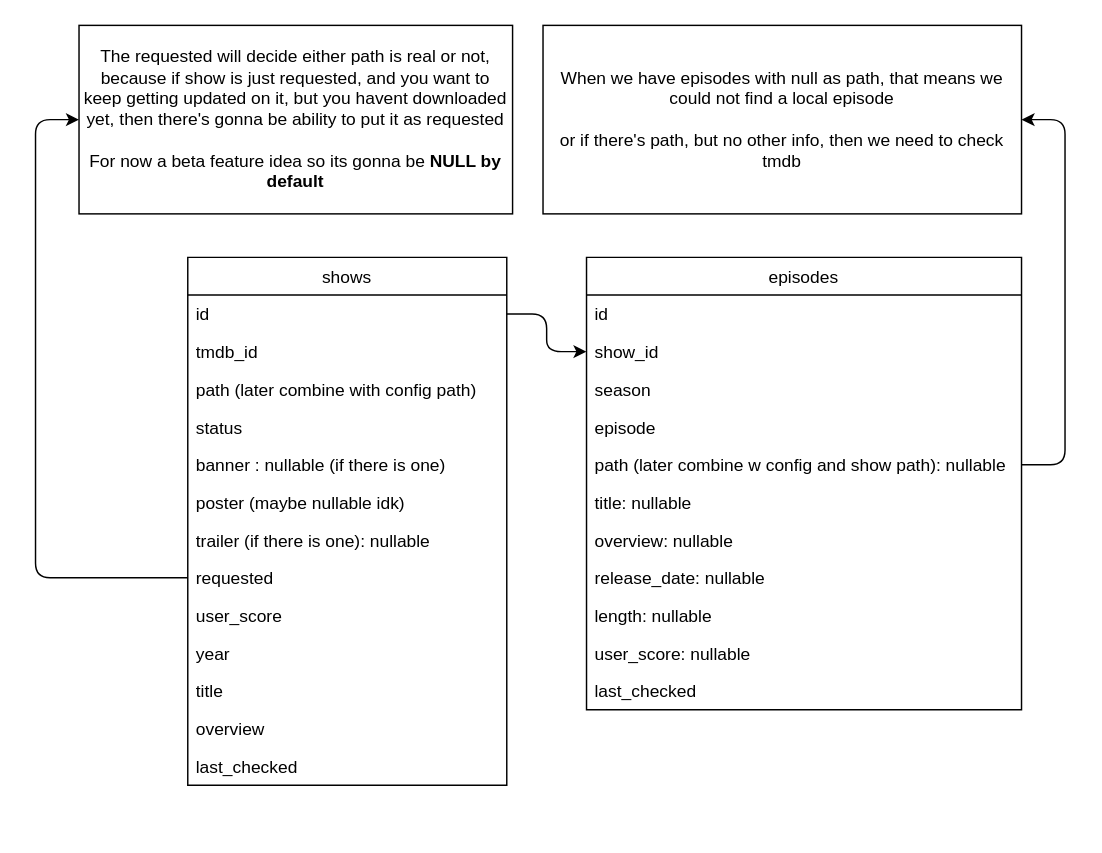
The draw.io diagram database/db.drawio in Skrazzo/tmdb-tv-checker, before the edit. Source tidied: cells renumbered, new cells numbered last; positions are measured from the earlier drawing's top-left corner, leaving out a move shared by most shapes. Both pictures are drawn from the tidied source at 145%, with x=0, y=0 at pixel (35, 25).
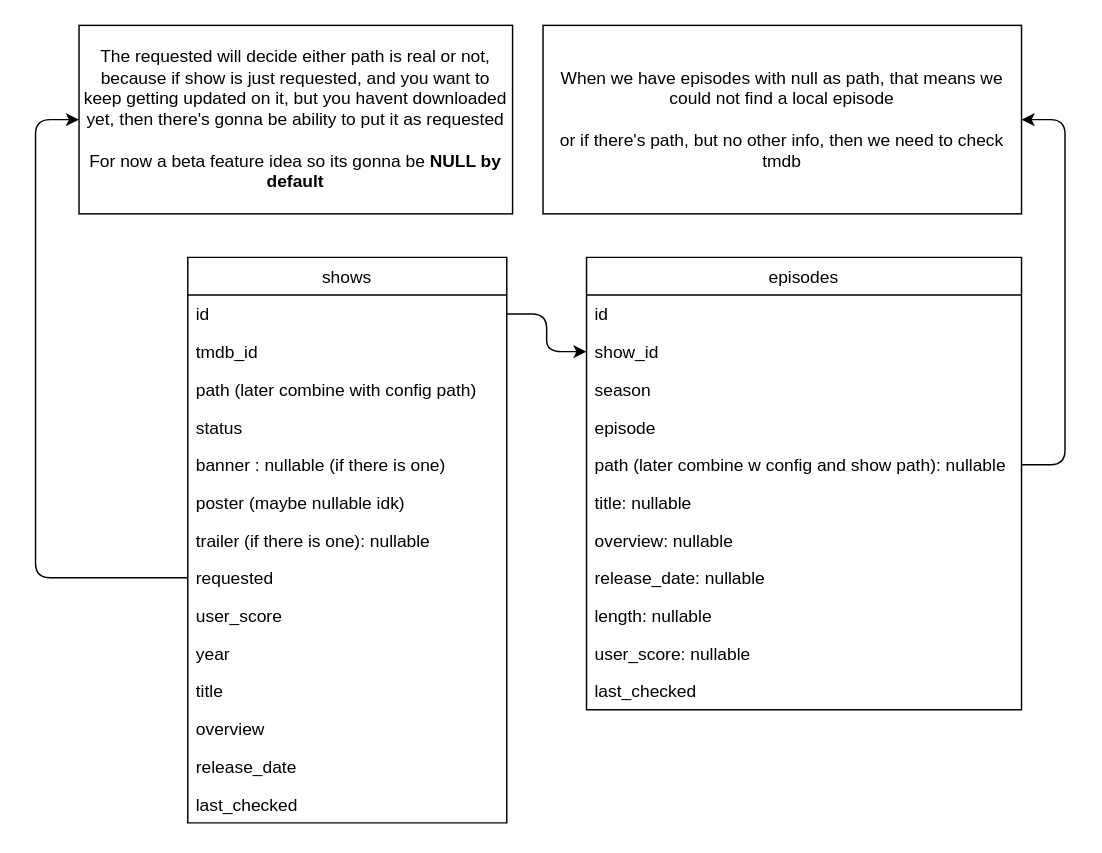
The same diagram, later.

What changed in the source:
```diff
@@
     <mxCell id="2" value="shows" style="swimlane;fontStyle=0;horizontal=1;startSize=26;fillColor=none;" parent="1" vertex="1">
-      <mxGeometry x="105" y="160" width="220" height="364" as="geometry" />
+      <mxGeometry x="105" y="160" width="220" height="390" as="geometry" />
     </mxCell>
@@
+    <mxCell id="33" value="release_date" style="text;strokeColor=none;fillColor=none;align=left;verticalAlign=top;spacingLeft=4;spacingRight=4;overflow=hidden;" parent="2" vertex="1">
+      <mxGeometry y="338" width="220" height="26" as="geometry" />
+    </mxCell>
     <mxCell id="15" value="last_checked" style="text;strokeColor=none;fillColor=none;align=left;verticalAlign=top;spacingLeft=4;spacingRight=4;overflow=hidden;" parent="2" vertex="1">
-      <mxGeometry y="338" width="220" height="26" as="geometry" />
+      <mxGeometry y="364" width="220" height="26" as="geometry" />
     </mxCell>
```
